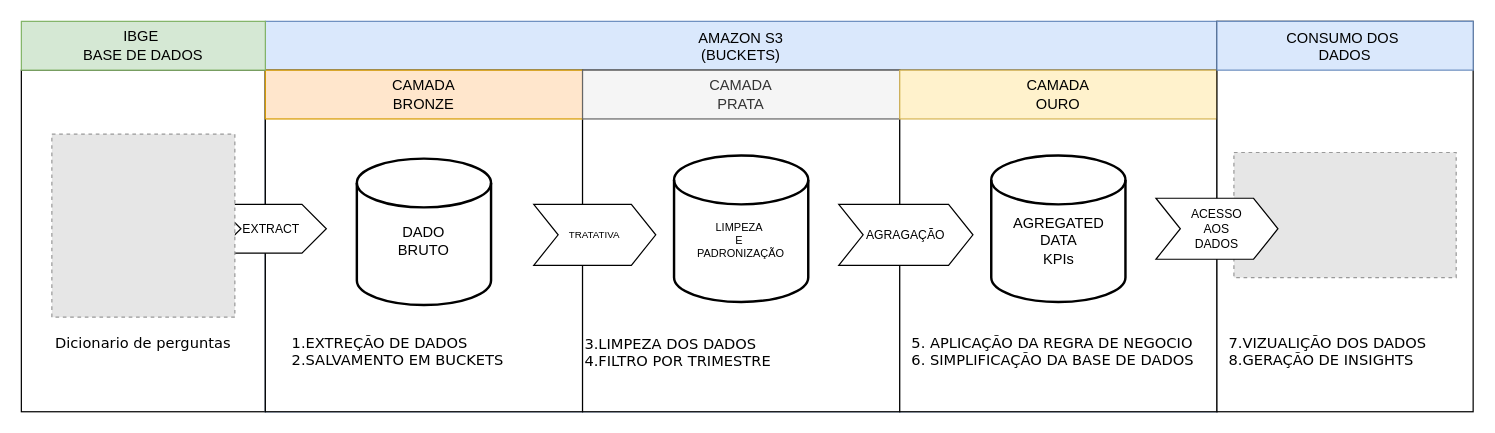
Maradonas/FIAP-TECH-CHALLENGER-3 keeps this draw.io diagram as Arquitetura/ArquiteturaNuvem.drawio. Above is the earlier version. Source tidied: cells renumbered, new cells numbered last; positions are measured from the earlier drawing's top-left corner, leaving out a move shared by most shapes. Both pictures are drawn from the tidied source at 122%, with x=0, y=0 at pixel (21, 21). Pictures stored in the file or linked from it are replaced by grey dashed boxes.
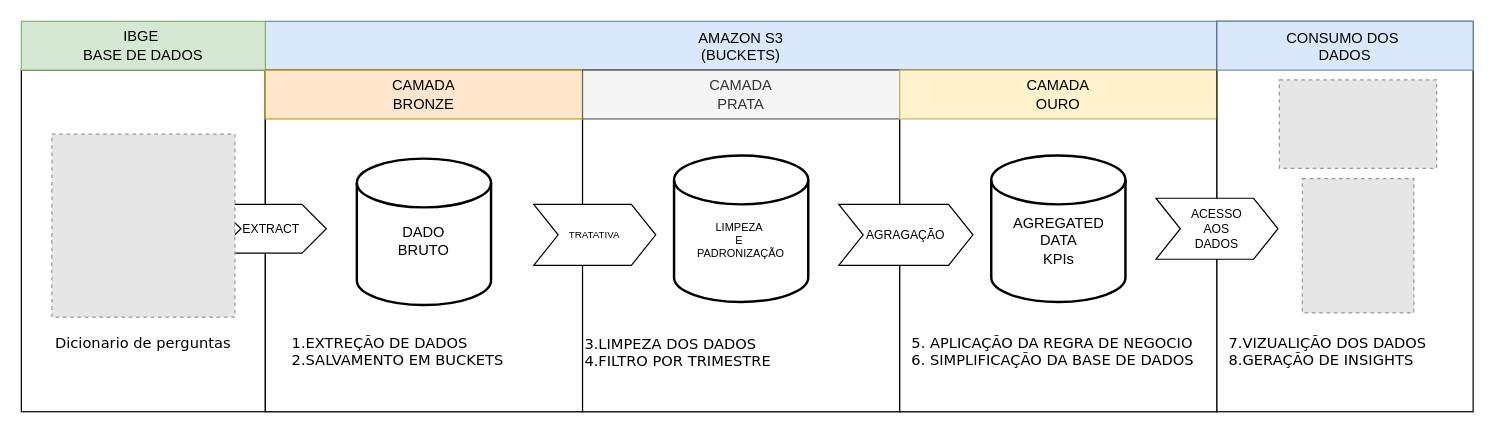
Above is the later version.

Diff of the diagram source:
```diff
@@
     <mxCell id="22" style="fillColor=#E6E6E6;strokeColor=#999999;dashed=1;verticalLabelPosition=bottom;labelBackgroundColor=default;verticalAlign=top;" parent="1" vertex="1">
-      <mxGeometry x="993.9" y="107.5" width="182.2" height="102.5" as="geometry" />
+      <mxGeometry x="1031.2" y="48" width="128.9" height="72.5" as="geometry" />
     </mxCell>
@@
+    <mxCell id="30" style="fillColor=#E6E6E6;strokeColor=#999999;dashed=1;verticalLabelPosition=bottom;labelBackgroundColor=default;verticalAlign=top;" parent="1" vertex="1">
+      <mxGeometry x="1050" y="129" width="91.4" height="110" as="geometry" />
+    </mxCell>
```
